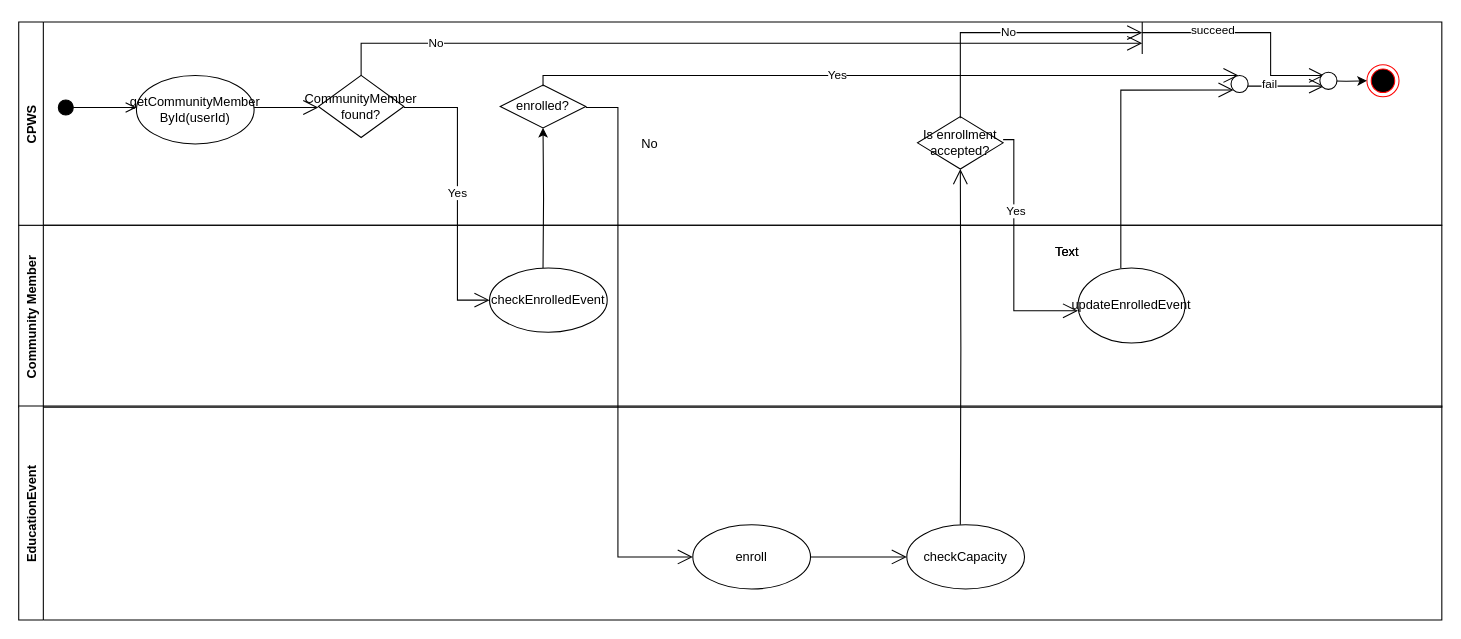
Before: Untitled Diagram.drawio in JianbinGong/Introduction, a draw.io diagram. Source tidied: cells renumbered, new cells numbered last; positions are measured from the earlier drawing's top-left corner, leaving out a move shared by most shapes. Both pictures are drawn from the tidied source at 107%, with x=0, y=0 at pixel (18, 21).
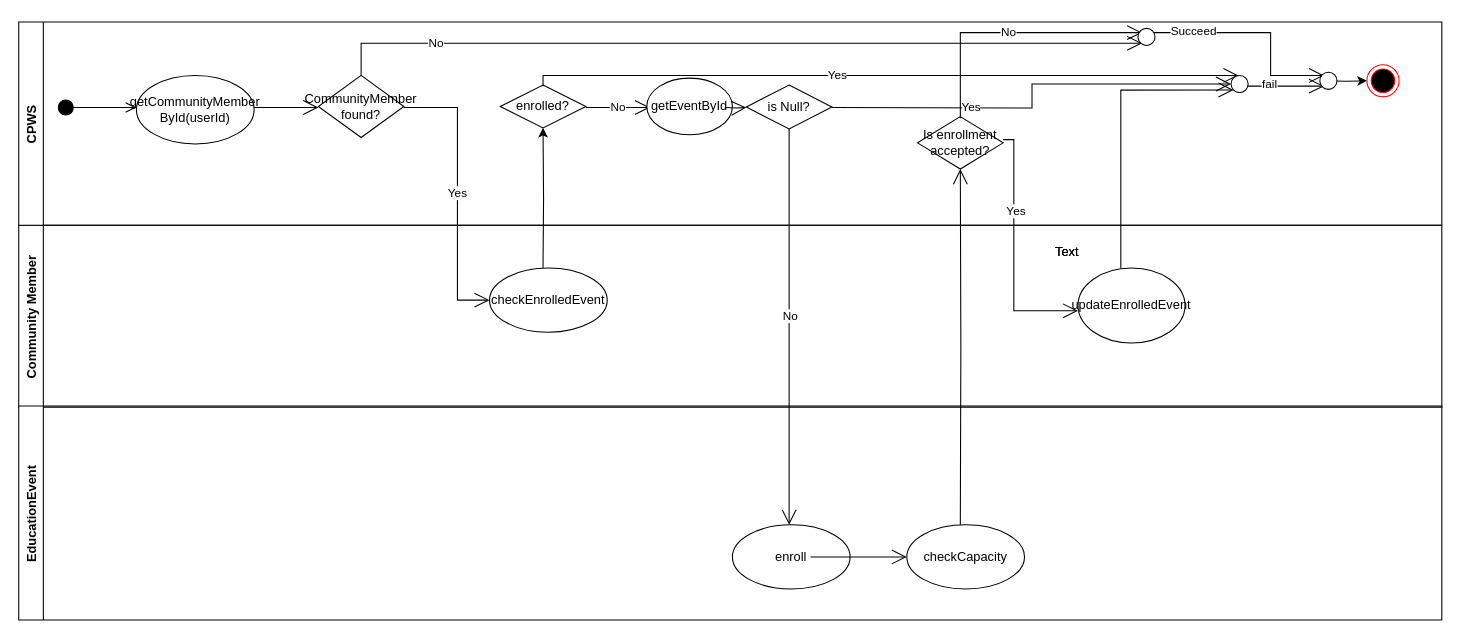
The same page after the edit.

Unchanged cells that the change refers to:
```xml
<mxCell id="8" value="EducationEvent" style="swimlane;horizontal=0;" parent="1" vertex="1">
  <mxGeometry y="359" width="1330" height="200" as="geometry" />
</mxCell>
<mxCell id="13" value="CPWS" style="swimlane;horizontal=0;" parent="1" vertex="1">
  <mxGeometry width="1330" height="190" as="geometry" />
</mxCell>
<mxCell id="37" style="ellipse;whiteSpace=wrap;html=1;" parent="13" vertex="1">
  <mxGeometry x="1133" y="50" width="16" height="16" as="geometry" />
</mxCell>
```

Change to the diagram source:
```diff
@@
     <mxCell id="9" value="enroll" style="ellipse;whiteSpace=wrap;html=1;" parent="8" vertex="1">
-      <mxGeometry x="630" y="111" width="110" height="60" as="geometry" />
+      <mxGeometry x="667" y="111" width="110" height="60" as="geometry" />
     </mxCell>
@@
-    <mxCell id="23" style="endArrow=open;endFill=1;endSize=12;html=1;rounded=0;edgeStyle=orthogonalEdgeStyle;" parent="13" edge="1">
-      <mxGeometry relative="1" as="geometry">
-        <mxPoint x="530" y="80" as="sourcePoint" />
-        <mxPoint x="630" y="500" as="targetPoint" />
-        <Array as="points">
-          <mxPoint x="560" y="80" />
-          <mxPoint x="560" y="500" />
-        </Array>
-      </mxGeometry>
-    </mxCell>
-    <mxCell id="24" value="No" style="text;html=1;strokeColor=none;fillColor=none;align=center;verticalAlign=middle;whiteSpace=wrap;rounded=0;" parent="13" vertex="1">
-      <mxGeometry x="560" y="99" width="60" height="30" as="geometry" />
-    </mxCell>
@@
-    <mxCell id="29" style="endArrow=none;html=1;rounded=0;edgeStyle=orthogonalEdgeStyle;" parent="13" edge="1">
-      <mxGeometry relative="1" as="geometry">
-        <mxPoint x="1050" y="30" as="sourcePoint" />
-        <mxPoint x="1050" as="targetPoint" />
-      </mxGeometry>
-    </mxCell>
-    <mxCell id="30" style="endArrow=open;endFill=1;endSize=12;html=1;rounded=0;edgeStyle=orthogonalEdgeStyle;" parent="13" edge="1">
+    <mxCell id="30" style="endArrow=open;endFill=1;endSize=12;html=1;rounded=0;edgeStyle=orthogonalEdgeStyle;startArrow=none;" parent="13" edge="1" source="47">
       <mxGeometry relative="1" as="geometry">
-        <mxPoint x="1050" y="10" as="sourcePoint" />
         <mxPoint x="1220" y="50" as="targetPoint" />
         <Array as="points">
           <mxPoint x="1170" y="10" />
           <mxPoint x="1170" y="50" />
         </Array>
       </mxGeometry>
     </mxCell>
-    <mxCell id="31" value="succeed" style="edgeLabel;html=1;align=center;verticalAlign=middle;" parent="30" vertex="1">
-      <mxGeometry x="-0.38" y="3" relative="1" as="geometry" />
-    </mxCell>
+    <mxCell id="40" value="Succeed" style="edgeLabel;html=1;align=center;verticalAlign=middle;" parent="30" vertex="1">
+      <mxGeometry x="-0.63" y="2" relative="1" as="geometry" />
+    </mxCell>
@@
+    <mxCell id="41" value="No" style="endArrow=open;endFill=1;endSize=12;html=1;rounded=0;edgeStyle=orthogonalEdgeStyle;" parent="13" edge="1">
+      <mxGeometry relative="1" as="geometry">
+        <mxPoint x="530" y="80" as="sourcePoint" />
+        <mxPoint x="590" y="80" as="targetPoint" />
+      </mxGeometry>
+    </mxCell>
+    <mxCell id="42" value="getEventById" style="ellipse;whiteSpace=wrap;html=1;" parent="13" vertex="1">
+      <mxGeometry x="587" y="52.5" width="80" height="53" as="geometry" />
+    </mxCell>
+    <mxCell id="43" value="is Null?" style="rhombus;whiteSpace=wrap;html=1;" parent="13" vertex="1">
+      <mxGeometry x="680" y="59" width="80" height="41" as="geometry" />
+    </mxCell>
+    <mxCell id="44" style="endArrow=open;endFill=1;endSize=12;html=1;rounded=0;edgeStyle=orthogonalEdgeStyle;" parent="13" edge="1">
+      <mxGeometry relative="1" as="geometry">
+        <mxPoint x="660" y="80" as="sourcePoint" />
+        <mxPoint x="680" y="80" as="targetPoint" />
+      </mxGeometry>
+    </mxCell>
+    <mxCell id="45" style="endArrow=open;endFill=1;endSize=12;html=1;rounded=0;edgeStyle=orthogonalEdgeStyle;entryX=0;entryY=0.5;entryDx=0;entryDy=0;" parent="13" edge="1" target="37">
+      <mxGeometry relative="1" as="geometry">
+        <mxPoint x="760" y="80" as="sourcePoint" />
+      </mxGeometry>
+    </mxCell>
+    <mxCell id="46" value="Yes" style="edgeLabel;html=1;align=center;verticalAlign=middle;" parent="45" vertex="1">
+      <mxGeometry x="-0.35" y="1" relative="1" as="geometry" />
+    </mxCell>
+    <mxCell id="47" style="ellipse;whiteSpace=wrap;html=1;" parent="13" vertex="1">
+      <mxGeometry x="1046" y="6" width="16" height="16" as="geometry" />
+    </mxCell>
@@
+    <mxCell id="48" style="endArrow=open;endFill=1;endSize=12;html=1;rounded=0;edgeStyle=orthogonalEdgeStyle;exitX=0.5;exitY=1;exitDx=0;exitDy=0;" parent="1" edge="1" source="43">
+      <mxGeometry relative="1" as="geometry">
+        <mxPoint x="720" y="470" as="targetPoint" />
+      </mxGeometry>
+    </mxCell>
+    <mxCell id="49" value="No" style="edgeLabel;html=1;align=center;verticalAlign=middle;" parent="48" vertex="1">
+      <mxGeometry x="-0.06" relative="1" as="geometry" />
+    </mxCell>
```
